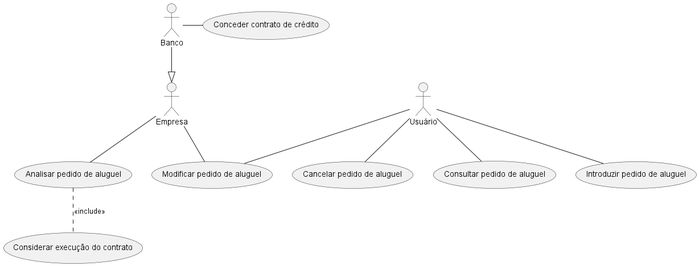
Earlier version of the PlantUML export project/img/useCaseDiagram.png (RafaMtF/LDS-Lab02). Its source is kept beside it as project/code/useCaseDiagram.puml.
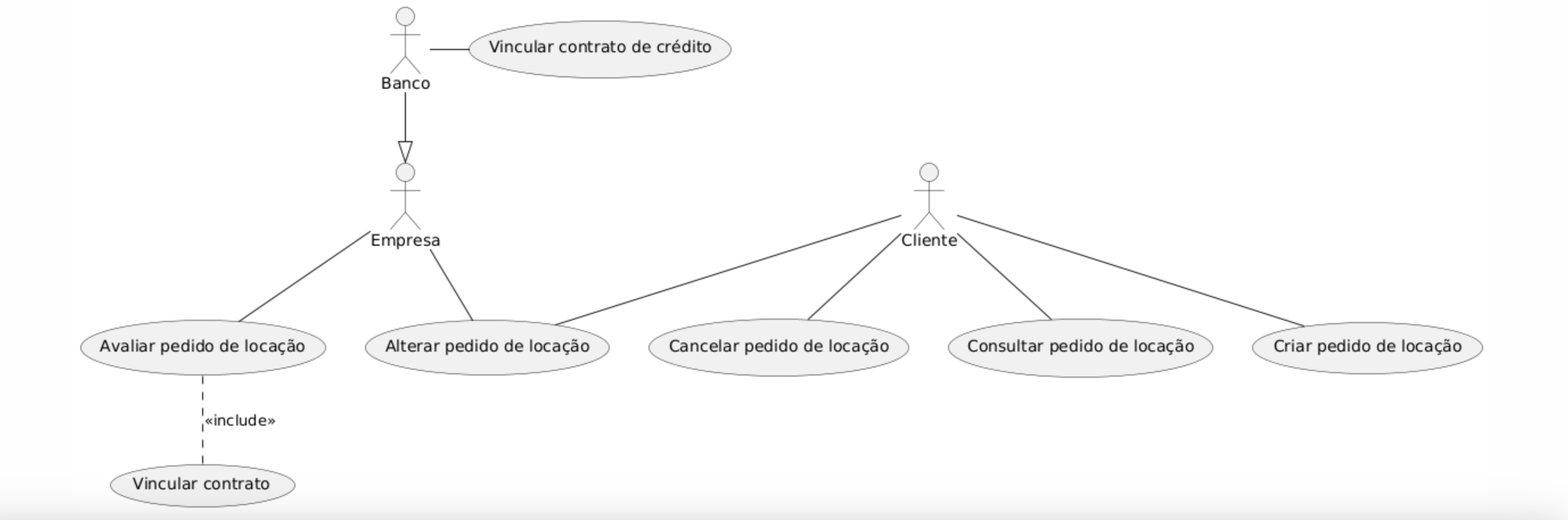
Later version of the same file.

Commit message:
Update class and use case diagrams

The edit, as a diff of the source:
```diff
@@ -1,21 +1,20 @@
-@startuml useCaseDiagram
-
-:Usuário: as U
+@startuml
+:Cliente: as U
 :Banco: as B
 :Empresa: as E
 
 B --|> E
 
-(Introduzir pedido de aluguel) as IntroPedido
-(Cancelar pedido de aluguel) as CancelarPedido
-(Consultar pedido de aluguel) as ConsultarPedido
-(Modificar pedido de aluguel) as ModificarPedido
+(Criar pedido de locação) as IntroPedido
+(Cancelar pedido de locação) as CancelarPedido
+(Consultar pedido de locação) as ConsultarPedido
+(Alterar pedido de locação) as ModificarPedido
 
-(Analisar pedido de aluguel) as AnalisarPedido
+(Avaliar pedido de locação) as AnalisarPedido
 
-(Considerar execução do contrato) as ConsultarViabilidade
+(Vincular contrato) as ConsultarViabilidade
 
-(Conceder contrato de crédito) as ConcederContrato
+(Vincular contrato de crédito) as ConcederContrato
 
 U -- IntroPedido
 U -- CancelarPedido
```
